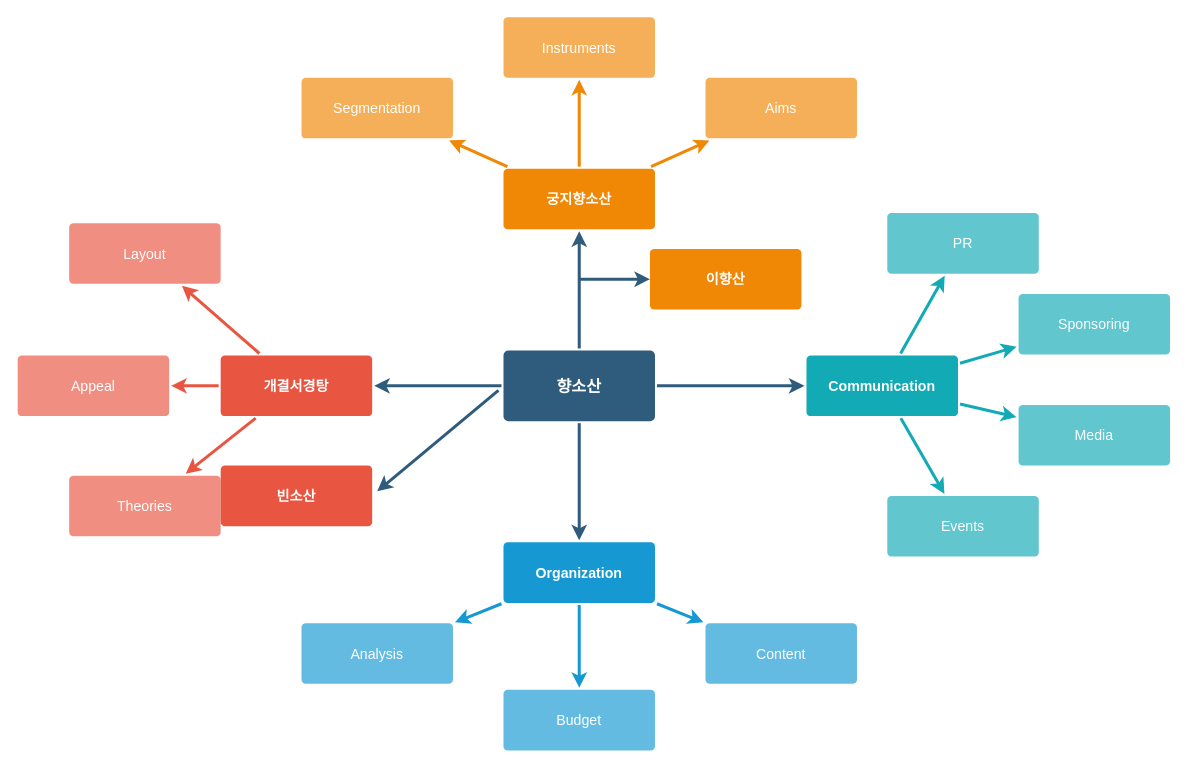
Earlier version of the draw.io diagram 제목 없는 다이어그램.drawio (Jinzin71/sparta). Source tidied: cells renumbered, new cells numbered last; positions are measured from the earlier drawing's top-left corner, leaving out a move shared by most shapes. Both pictures are drawn from the tidied source at 101%, with x=0, y=0 at pixel (17, 16).
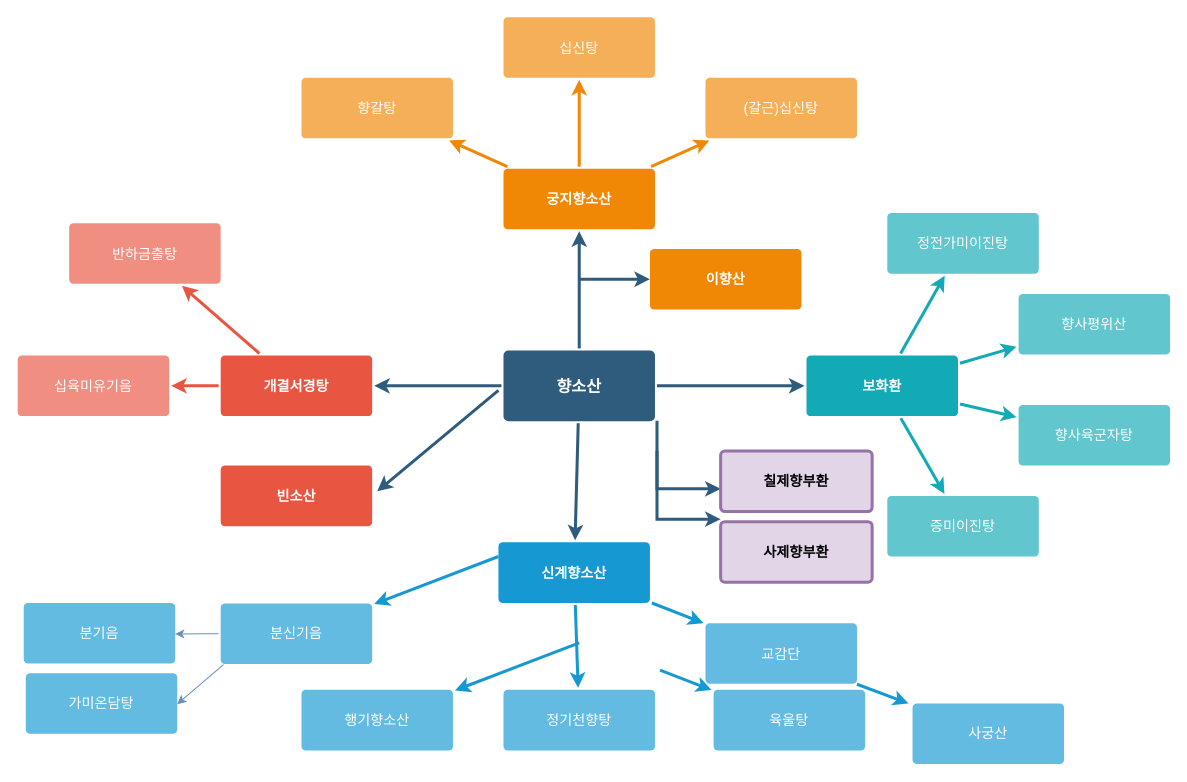
Above is the later version.

Commit message:
제목 없는 다이어그램.drawio 업데이트

Unchanged cells that the change refers to:
```xml
<mxCell id="6" value="향소산" style="rounded=1;whiteSpace=wrap;html=1;shadow=0;labelBackgroundColor=none;strokeColor=none;strokeWidth=3;fillColor=#2F5B7C;fontFamily=Helvetica;fontSize=16;fontColor=#FFFFFF;align=center;fontStyle=1;spacing=5;arcSize=7;perimeterSpacing=2;" parent="1" vertex="1">
  <mxGeometry x="481" y="330.5" width="150" height="70" as="geometry" />
</mxCell>
<mxCell id="10" value="개결서경탕" style="rounded=1;whiteSpace=wrap;html=1;shadow=0;labelBackgroundColor=none;strokeColor=none;strokeWidth=3;fillColor=#e85642;fontFamily=Helvetica;fontSize=14;fontColor=#FFFFFF;align=center;spacing=5;fontStyle=1;arcSize=7;perimeterSpacing=2;" parent="1" vertex="1">
  <mxGeometry x="201" y="335.5" width="150" height="60" as="geometry" />
</mxCell>
```

What changed in the source:
```diff
@@
+    <mxCell id="41" style="edgeStyle=orthogonalEdgeStyle;rounded=0;jettySize=auto;html=1;exitX=1;exitY=1;exitDx=0;exitDy=0;" parent="1" edge="1" source="6">
+      <mxGeometry relative="1" as="geometry">
+        <mxPoint x="633" y="403" as="targetPoint" />
+      </mxGeometry>
+    </mxCell>
@@
-    <mxCell id="9" style="edgeStyle=none;rounded=1;jumpStyle=none;html=1;shadow=0;labelBackgroundColor=none;startArrow=none;startFill=0;jettySize=auto;strokeColor=#E85642;strokeWidth=3;fontFamily=Helvetica;fontSize=14;fontColor=#FFFFFF;spacing=5;fontStyle=1;fillColor=#b0e3e6;" parent="1" edge="1" source="10" target="11">
-      <mxGeometry relative="1" as="geometry" />
-    </mxCell>
@@
-    <mxCell id="11" value="Theories" style="rounded=1;whiteSpace=wrap;html=1;shadow=0;labelBackgroundColor=none;strokeColor=none;strokeWidth=3;fillColor=#f08e81;fontFamily=Helvetica;fontSize=14;fontColor=#FFFFFF;align=center;spacing=5;fontStyle=0;arcSize=7;perimeterSpacing=2;" parent="1" vertex="1">
-      <mxGeometry x="51" y="454.5" width="150" height="60" as="geometry" />
-    </mxCell>
-    <mxCell id="12" value="Appeal" style="rounded=1;whiteSpace=wrap;html=1;shadow=0;labelBackgroundColor=none;strokeColor=none;strokeWidth=3;fillColor=#f08e81;fontFamily=Helvetica;fontSize=14;fontColor=#FFFFFF;align=center;spacing=5;fontStyle=0;arcSize=7;perimeterSpacing=2;" parent="1" vertex="1">
+    <mxCell id="12" value="십육미유기음" style="rounded=1;whiteSpace=wrap;html=1;shadow=0;labelBackgroundColor=none;strokeColor=none;strokeWidth=3;fillColor=#f08e81;fontFamily=Helvetica;fontSize=14;fontColor=#FFFFFF;align=center;spacing=5;fontStyle=0;arcSize=7;perimeterSpacing=2;" parent="1" vertex="1">
       <mxGeometry y="335.5" width="150" height="60" as="geometry" />
     </mxCell>
-    <mxCell id="13" value="Layout" style="rounded=1;whiteSpace=wrap;html=1;shadow=0;labelBackgroundColor=none;strokeColor=none;strokeWidth=3;fillColor=#f08e81;fontFamily=Helvetica;fontSize=14;fontColor=#FFFFFF;align=center;spacing=5;fontStyle=0;arcSize=7;perimeterSpacing=2;" parent="1" vertex="1">
+    <mxCell id="13" value="반하금출탕" style="rounded=1;whiteSpace=wrap;html=1;shadow=0;labelBackgroundColor=none;strokeColor=none;strokeWidth=3;fillColor=#f08e81;fontFamily=Helvetica;fontSize=14;fontColor=#FFFFFF;align=center;spacing=5;fontStyle=0;arcSize=7;perimeterSpacing=2;" parent="1" vertex="1">
       <mxGeometry x="51" y="204.5" width="150" height="60" as="geometry" />
     </mxCell>
-    <mxCell id="14" style="edgeStyle=none;rounded=0;jumpStyle=none;html=1;shadow=0;labelBackgroundColor=none;startArrow=none;startFill=0;endArrow=classic;endFill=1;jettySize=auto;strokeColor=#1699D3;strokeWidth=3;fontFamily=Helvetica;fontSize=14;fontColor=#FFFFFF;spacing=5;" parent="1" edge="1" source="17" target="20">
-      <mxGeometry relative="1" as="geometry" />
+    <mxCell id="14" style="edgeStyle=none;rounded=0;jumpStyle=none;html=1;shadow=0;labelBackgroundColor=none;startArrow=none;startFill=0;endArrow=classic;endFill=1;jettySize=auto;strokeColor=#1699D3;strokeWidth=3;fontFamily=Helvetica;fontSize=14;fontColor=#FFFFFF;spacing=5;" parent="1" edge="1" target="20">
+      <mxGeometry relative="1" as="geometry">
+        <mxPoint x="556" y="620" as="sourcePoint" />
+      </mxGeometry>
     </mxCell>
@@
-    <mxCell id="17" value="Organization" style="rounded=1;whiteSpace=wrap;html=1;shadow=0;labelBackgroundColor=none;strokeColor=none;strokeWidth=3;fillColor=#1699d3;fontFamily=Helvetica;fontSize=14;fontColor=#FFFFFF;align=center;spacing=5;fontStyle=1;arcSize=7;perimeterSpacing=2;" parent="1" vertex="1">
-      <mxGeometry x="481" y="520.5" width="150" height="60" as="geometry" />
+    <mxCell id="17" value="신계향소산" style="rounded=1;whiteSpace=wrap;html=1;shadow=0;labelBackgroundColor=none;strokeColor=none;strokeWidth=3;fillColor=#1699d3;fontFamily=Helvetica;fontSize=14;fontColor=#FFFFFF;align=center;spacing=5;fontStyle=1;arcSize=7;perimeterSpacing=2;" parent="1" vertex="1">
+      <mxGeometry x="476" y="520.5" width="150" height="60" as="geometry" />
     </mxCell>
-    <mxCell id="18" value="Content" style="rounded=1;whiteSpace=wrap;html=1;shadow=0;labelBackgroundColor=none;strokeColor=none;strokeWidth=3;fillColor=#64bbe2;fontFamily=Helvetica;fontSize=14;fontColor=#FFFFFF;align=center;spacing=5;arcSize=7;perimeterSpacing=2;" parent="1" vertex="1">
+    <mxCell id="18" value="교감단" style="rounded=1;whiteSpace=wrap;html=1;shadow=0;labelBackgroundColor=none;strokeColor=none;strokeWidth=3;fillColor=#64bbe2;fontFamily=Helvetica;fontSize=14;fontColor=#FFFFFF;align=center;spacing=5;arcSize=7;perimeterSpacing=2;" parent="1" vertex="1">
       <mxGeometry x="681" y="600.5" width="150" height="60" as="geometry" />
     </mxCell>
-    <mxCell id="19" value="Budget" style="rounded=1;whiteSpace=wrap;html=1;shadow=0;labelBackgroundColor=none;strokeColor=none;strokeWidth=3;fillColor=#64bbe2;fontFamily=Helvetica;fontSize=14;fontColor=#FFFFFF;align=center;spacing=5;arcSize=7;perimeterSpacing=2;" parent="1" vertex="1">
+    <mxCell id="19" value="정기천향탕" style="rounded=1;whiteSpace=wrap;html=1;shadow=0;labelBackgroundColor=none;strokeColor=none;strokeWidth=3;fillColor=#64bbe2;fontFamily=Helvetica;fontSize=14;fontColor=#FFFFFF;align=center;spacing=5;arcSize=7;perimeterSpacing=2;" parent="1" vertex="1">
       <mxGeometry x="481" y="666.5" width="150" height="60" as="geometry" />
     </mxCell>
-    <mxCell id="20" value="Analysis" style="rounded=1;whiteSpace=wrap;html=1;shadow=0;labelBackgroundColor=none;strokeColor=none;strokeWidth=3;fillColor=#64bbe2;fontFamily=Helvetica;fontSize=14;fontColor=#FFFFFF;align=center;spacing=5;arcSize=7;perimeterSpacing=2;" parent="1" vertex="1">
-      <mxGeometry x="281" y="600.5" width="150" height="60" as="geometry" />
+    <mxCell id="20" value="행기향소산" style="rounded=1;whiteSpace=wrap;html=1;shadow=0;labelBackgroundColor=none;strokeColor=none;strokeWidth=3;fillColor=#64bbe2;fontFamily=Helvetica;fontSize=14;fontColor=#FFFFFF;align=center;spacing=5;arcSize=7;perimeterSpacing=2;" parent="1" vertex="1">
+      <mxGeometry x="281" y="666.5" width="150" height="60" as="geometry" />
     </mxCell>
@@
-    <mxCell id="22" value="Aims&lt;br&gt;" style="rounded=1;whiteSpace=wrap;html=1;shadow=0;labelBackgroundColor=none;strokeColor=none;strokeWidth=3;fillColor=#f5af58;fontFamily=Helvetica;fontSize=14;fontColor=#FFFFFF;align=center;spacing=5;arcSize=7;perimeterSpacing=2;" parent="1" vertex="1">
+    <mxCell id="22" value="(갈근)십신탕" style="rounded=1;whiteSpace=wrap;html=1;shadow=0;labelBackgroundColor=none;strokeColor=none;strokeWidth=3;fillColor=#f5af58;fontFamily=Helvetica;fontSize=14;fontColor=#FFFFFF;align=center;spacing=5;arcSize=7;perimeterSpacing=2;" parent="1" vertex="1">
       <mxGeometry x="681" y="60.5" width="150" height="60" as="geometry" />
     </mxCell>
@@
-    <mxCell id="24" value="Instruments" style="rounded=1;whiteSpace=wrap;html=1;shadow=0;labelBackgroundColor=none;strokeColor=none;strokeWidth=3;fillColor=#f5af58;fontFamily=Helvetica;fontSize=14;fontColor=#FFFFFF;align=center;spacing=5;arcSize=7;perimeterSpacing=2;" parent="1" vertex="1">
+    <mxCell id="24" value="십신탕" style="rounded=1;whiteSpace=wrap;html=1;shadow=0;labelBackgroundColor=none;strokeColor=none;strokeWidth=3;fillColor=#f5af58;fontFamily=Helvetica;fontSize=14;fontColor=#FFFFFF;align=center;spacing=5;arcSize=7;perimeterSpacing=2;" parent="1" vertex="1">
       <mxGeometry x="481" y="0.5" width="150" height="60" as="geometry" />
     </mxCell>
@@
-    <mxCell id="26" value="Segmentation" style="rounded=1;whiteSpace=wrap;html=1;shadow=0;labelBackgroundColor=none;strokeColor=none;strokeWidth=3;fillColor=#f5af58;fontFamily=Helvetica;fontSize=14;fontColor=#FFFFFF;align=center;spacing=5;arcSize=7;perimeterSpacing=2;" parent="1" vertex="1">
+    <mxCell id="26" value="향갈탕" style="rounded=1;whiteSpace=wrap;html=1;shadow=0;labelBackgroundColor=none;strokeColor=none;strokeWidth=3;fillColor=#f5af58;fontFamily=Helvetica;fontSize=14;fontColor=#FFFFFF;align=center;spacing=5;arcSize=7;perimeterSpacing=2;" parent="1" vertex="1">
       <mxGeometry x="281" y="60.5" width="150" height="60" as="geometry" />
     </mxCell>
@@
-    <mxCell id="28" value="Communication" style="rounded=1;whiteSpace=wrap;html=1;shadow=0;labelBackgroundColor=none;strokeColor=none;strokeWidth=3;fillColor=#12aab5;fontFamily=Helvetica;fontSize=14;fontColor=#FFFFFF;align=center;spacing=5;fontStyle=1;arcSize=7;perimeterSpacing=2;" parent="1" vertex="1">
+    <mxCell id="28" value="보화환" style="rounded=1;whiteSpace=wrap;html=1;shadow=0;labelBackgroundColor=none;strokeColor=none;strokeWidth=3;fillColor=#12aab5;fontFamily=Helvetica;fontSize=14;fontColor=#FFFFFF;align=center;spacing=5;fontStyle=1;arcSize=7;perimeterSpacing=2;" parent="1" vertex="1">
       <mxGeometry x="781" y="335.5" width="150" height="60" as="geometry" />
     </mxCell>
-    <mxCell id="29" value="Events" style="rounded=1;whiteSpace=wrap;html=1;shadow=0;labelBackgroundColor=none;strokeColor=none;strokeWidth=3;fillColor=#61c6ce;fontFamily=Helvetica;fontSize=14;fontColor=#FFFFFF;align=center;spacing=5;fontStyle=0;arcSize=7;perimeterSpacing=2;" parent="1" vertex="1">
+    <mxCell id="29" value="증미이진탕" style="rounded=1;whiteSpace=wrap;html=1;shadow=0;labelBackgroundColor=none;strokeColor=none;strokeWidth=3;fillColor=#61c6ce;fontFamily=Helvetica;fontSize=14;fontColor=#FFFFFF;align=center;spacing=5;fontStyle=0;arcSize=7;perimeterSpacing=2;" parent="1" vertex="1">
       <mxGeometry x="861" y="474.5" width="150" height="60" as="geometry" />
     </mxCell>
@@
-    <mxCell id="31" value="Media" style="rounded=1;whiteSpace=wrap;html=1;shadow=0;labelBackgroundColor=none;strokeColor=none;strokeWidth=3;fillColor=#61c6ce;fontFamily=Helvetica;fontSize=14;fontColor=#FFFFFF;align=center;spacing=5;fontStyle=0;arcSize=7;perimeterSpacing=2;" parent="1" vertex="1">
+    <mxCell id="31" value="향사육군자탕" style="rounded=1;whiteSpace=wrap;html=1;shadow=0;labelBackgroundColor=none;strokeColor=none;strokeWidth=3;fillColor=#61c6ce;fontFamily=Helvetica;fontSize=14;fontColor=#FFFFFF;align=center;spacing=5;fontStyle=0;arcSize=7;perimeterSpacing=2;" parent="1" vertex="1">
       <mxGeometry x="991" y="384.5" width="150" height="60" as="geometry" />
     </mxCell>
@@
-    <mxCell id="33" value="Sponsoring" style="rounded=1;whiteSpace=wrap;html=1;shadow=0;labelBackgroundColor=none;strokeColor=none;strokeWidth=3;fillColor=#61c6ce;fontFamily=Helvetica;fontSize=14;fontColor=#FFFFFF;align=center;spacing=5;fontStyle=0;arcSize=7;perimeterSpacing=2;" parent="1" vertex="1">
+    <mxCell id="33" value="향사평위산" style="rounded=1;whiteSpace=wrap;html=1;shadow=0;labelBackgroundColor=none;strokeColor=none;strokeWidth=3;fillColor=#61c6ce;fontFamily=Helvetica;fontSize=14;fontColor=#FFFFFF;align=center;spacing=5;fontStyle=0;arcSize=7;perimeterSpacing=2;" parent="1" vertex="1">
       <mxGeometry x="991" y="274.5" width="150" height="60" as="geometry" />
     </mxCell>
@@
-    <mxCell id="35" value="PR" style="rounded=1;whiteSpace=wrap;html=1;shadow=0;labelBackgroundColor=none;strokeColor=none;strokeWidth=3;fillColor=#61c6ce;fontFamily=Helvetica;fontSize=14;fontColor=#FFFFFF;align=center;spacing=5;fontStyle=0;arcSize=7;perimeterSpacing=2;" parent="1" vertex="1">
+    <mxCell id="35" value="정전가미이진탕" style="rounded=1;whiteSpace=wrap;html=1;shadow=0;labelBackgroundColor=none;strokeColor=none;strokeWidth=3;fillColor=#61c6ce;fontFamily=Helvetica;fontSize=14;fontColor=#FFFFFF;align=center;spacing=5;fontStyle=0;arcSize=7;perimeterSpacing=2;" parent="1" vertex="1">
       <mxGeometry x="861" y="194.5" width="150" height="60" as="geometry" />
     </mxCell>
@@
+    <mxCell id="42" style="edgeStyle=none;rounded=0;jumpStyle=none;html=1;shadow=0;labelBackgroundColor=none;startArrow=none;startFill=0;endArrow=classic;endFill=1;jettySize=auto;orthogonalLoop=1;strokeColor=#2F5B7C;strokeWidth=3;fontFamily=Helvetica;fontSize=16;fontColor=#23445D;spacing=5;exitX=1;exitY=1;exitDx=0;exitDy=0;" parent="1" edge="1">
+      <mxGeometry relative="1" as="geometry">
+        <mxPoint x="633" y="400" as="sourcePoint" />
+        <mxPoint x="696" y="467.5" as="targetPoint" />
+        <Array as="points">
+          <mxPoint x="633" y="467.5" />
+        </Array>
+      </mxGeometry>
+    </mxCell>
+    <mxCell id="43" value="칠제향부환" style="rounded=1;whiteSpace=wrap;html=1;shadow=0;labelBackgroundColor=none;strokeColor=#9673a6;strokeWidth=3;fillColor=#e1d5e7;fontFamily=Helvetica;fontSize=14;align=center;spacing=5;fontStyle=1;arcSize=7;perimeterSpacing=2;" parent="1" vertex="1">
+      <mxGeometry x="696" y="430" width="150" height="60" as="geometry" />
+    </mxCell>
+    <mxCell id="44" style="edgeStyle=none;rounded=0;jumpStyle=none;html=1;shadow=0;labelBackgroundColor=none;startArrow=none;startFill=0;endArrow=classic;endFill=1;jettySize=auto;orthogonalLoop=1;strokeColor=#2F5B7C;strokeWidth=3;fontFamily=Helvetica;fontSize=16;fontColor=#23445D;spacing=5;exitX=1;exitY=1;exitDx=0;exitDy=0;" parent="1" edge="1">
+      <mxGeometry relative="1" as="geometry">
+        <mxPoint x="633" y="430" as="sourcePoint" />
+        <mxPoint x="696" y="497.5" as="targetPoint" />
+        <Array as="points">
+          <mxPoint x="633" y="497.5" />
+        </Array>
+      </mxGeometry>
+    </mxCell>
+    <mxCell id="45" value="사제향부환" style="rounded=1;whiteSpace=wrap;html=1;shadow=0;labelBackgroundColor=none;strokeColor=#9673a6;strokeWidth=3;fillColor=#e1d5e7;fontFamily=Helvetica;fontSize=14;align=center;spacing=5;fontStyle=1;arcSize=7;perimeterSpacing=2;" parent="1" vertex="1">
+      <mxGeometry x="696" y="500" width="150" height="60" as="geometry" />
+    </mxCell>
+    <mxCell id="46" style="edgeStyle=none;rounded=0;jumpStyle=none;html=1;shadow=0;labelBackgroundColor=none;startArrow=none;startFill=0;endArrow=classic;endFill=1;jettySize=auto;orthogonalLoop=1;strokeColor=#1699D3;strokeWidth=3;fontFamily=Helvetica;fontSize=14;fontColor=#FFFFFF;spacing=5;" parent="1" edge="1">
+      <mxGeometry relative="1" as="geometry">
+        <mxPoint x="831" y="661" as="sourcePoint" />
+        <mxPoint x="882" y="680" as="targetPoint" />
+      </mxGeometry>
+    </mxCell>
+    <mxCell id="47" value="사궁산" style="rounded=1;whiteSpace=wrap;html=1;shadow=0;labelBackgroundColor=none;strokeColor=none;strokeWidth=3;fillColor=#64bbe2;fontFamily=Helvetica;fontSize=14;fontColor=#FFFFFF;align=center;spacing=5;arcSize=7;perimeterSpacing=2;" parent="1" vertex="1">
+      <mxGeometry x="886" y="680" width="150" height="60" as="geometry" />
+    </mxCell>
+    <mxCell id="48" style="edgeStyle=none;rounded=0;jumpStyle=none;html=1;shadow=0;labelBackgroundColor=none;startArrow=none;startFill=0;endArrow=classic;endFill=1;jettySize=auto;strokeColor=#1699D3;strokeWidth=3;fontFamily=Helvetica;fontSize=14;fontColor=#FFFFFF;spacing=5;" parent="1" edge="1" target="50">
+      <mxGeometry relative="1" as="geometry">
+        <mxPoint x="476" y="534.5" as="sourcePoint" />
+      </mxGeometry>
+    </mxCell>
+    <mxCell id="49" style="edgeStyle=orthogonalEdgeStyle;rounded=0;jettySize=auto;html=1;exitX=0;exitY=0.5;exitDx=0;exitDy=0;fillColor=#dae8fc;strokeColor=#6c8ebf;" parent="1" edge="1" source="50">
+      <mxGeometry relative="1" as="geometry">
+        <mxPoint x="156" y="611.2" as="targetPoint" />
+      </mxGeometry>
+    </mxCell>
+    <mxCell id="50" value="분신기음" style="rounded=1;whiteSpace=wrap;html=1;shadow=0;labelBackgroundColor=none;strokeColor=none;strokeWidth=3;fillColor=#64bbe2;fontFamily=Helvetica;fontSize=14;fontColor=#FFFFFF;align=center;spacing=5;arcSize=7;perimeterSpacing=2;" parent="1" vertex="1">
+      <mxGeometry x="201" y="581" width="150" height="60" as="geometry" />
+    </mxCell>
+    <mxCell id="51" style="edgeStyle=none;rounded=0;jumpStyle=none;html=1;shadow=0;labelBackgroundColor=none;startArrow=none;startFill=0;endArrow=classic;endFill=1;jettySize=auto;strokeColor=#1699D3;strokeWidth=3;fontFamily=Helvetica;fontSize=14;fontColor=#FFFFFF;spacing=5;" parent="1" edge="1" target="52">
+      <mxGeometry relative="1" as="geometry">
+        <mxPoint x="636" y="647" as="sourcePoint" />
+      </mxGeometry>
+    </mxCell>
+    <mxCell id="52" value="육울탕" style="rounded=1;whiteSpace=wrap;html=1;shadow=0;labelBackgroundColor=none;strokeColor=none;strokeWidth=3;fillColor=#64bbe2;fontFamily=Helvetica;fontSize=14;fontColor=#FFFFFF;align=center;spacing=5;arcSize=7;perimeterSpacing=2;" parent="1" vertex="1">
+      <mxGeometry x="689" y="666.5" width="150" height="60" as="geometry" />
+    </mxCell>
+    <mxCell id="53" value="분기음" style="rounded=1;whiteSpace=wrap;html=1;shadow=0;labelBackgroundColor=none;strokeColor=none;strokeWidth=3;fillColor=#64bbe2;fontFamily=Helvetica;fontSize=14;fontColor=#FFFFFF;align=center;spacing=5;arcSize=7;perimeterSpacing=2;" parent="1" vertex="1">
+      <mxGeometry x="6" y="580.5" width="150" height="60" as="geometry" />
+    </mxCell>
+    <mxCell id="54" style="rounded=0;jettySize=auto;html=1;exitX=0.031;exitY=0.977;exitDx=0;exitDy=0;fillColor=#dae8fc;strokeColor=#6c8ebf;exitPerimeter=0;" parent="1" edge="1" source="50">
+      <mxGeometry relative="1" as="geometry">
+        <mxPoint x="158" y="680.7" as="targetPoint" />
+      </mxGeometry>
+    </mxCell>
+    <mxCell id="55" value="가미온담탕" style="rounded=1;whiteSpace=wrap;html=1;shadow=0;labelBackgroundColor=none;strokeColor=none;strokeWidth=3;fillColor=#64bbe2;fontFamily=Helvetica;fontSize=14;fontColor=#FFFFFF;align=center;spacing=5;arcSize=7;perimeterSpacing=2;" parent="1" vertex="1">
+      <mxGeometry x="8" y="650" width="150" height="60" as="geometry" />
+    </mxCell>
```
